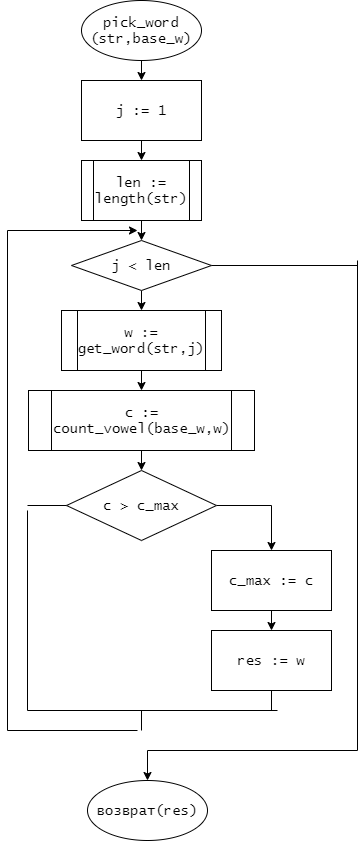
This is лр9/pick word.png from Aprokun/-, a draw.io export, as it was before one commit. Source tidied: cells renumbered, new cells last; positions are measured from the earlier drawing's top-left corner, leaving out a move shared by most shapes.
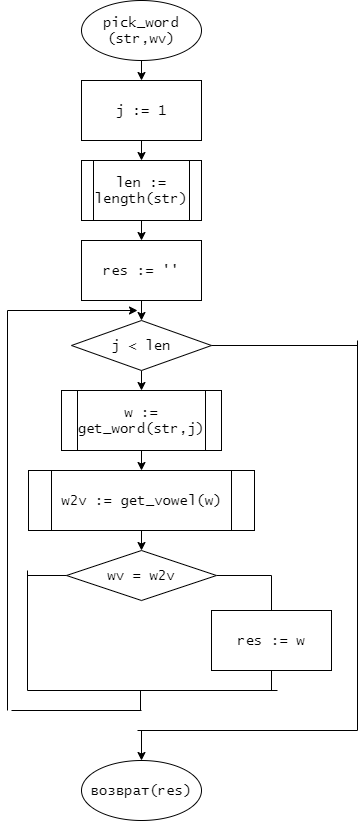
The same file after the commit.

What changed in the source:
```diff
@@ -5,7 +5,7 @@
     <mxCell id="2" style="edgeStyle=orthogonalEdgeStyle;rounded=0;jettySize=auto;html=1;exitX=0.5;exitY=1;exitDx=0;exitDy=0;entryX=0.5;entryY=0;entryDx=0;entryDy=0;fontFamily=Lucida Console;fontSize=14;" parent="1" edge="1" source="3" target="5">
       <mxGeometry relative="1" as="geometry" />
     </mxCell>
-    <mxCell id="3" value="pick_word&lt;br&gt;(str,base_w)" style="ellipse;whiteSpace=wrap;html=1;fontFamily=Lucida Console;fontSize=14;" parent="1" vertex="1">
+    <mxCell id="3" value="pick_word&lt;br&gt;(str,wv)" style="ellipse;whiteSpace=wrap;html=1;fontFamily=Lucida Console;fontSize=14;" parent="1" vertex="1">
       <mxGeometry x="74" width="120" height="60" as="geometry" />
     </mxCell>
     <mxCell id="4" style="edgeStyle=orthogonalEdgeStyle;rounded=0;jettySize=auto;html=1;exitX=0.5;exitY=1;exitDx=0;exitDy=0;entryX=0.5;entryY=0;entryDx=0;entryDy=0;fontFamily=Lucida Console;fontSize=14;" parent="1" edge="1" source="5" target="7">
@@ -14,9 +14,14 @@
     <mxCell id="5" value="j := 1" style="rounded=0;whiteSpace=wrap;html=1;fontFamily=Lucida Console;fontSize=14;" parent="1" vertex="1">
       <mxGeometry x="74" y="80" width="120" height="60" as="geometry" />
     </mxCell>
-    <mxCell id="6" style="edgeStyle=orthogonalEdgeStyle;rounded=0;jettySize=auto;html=1;exitX=0.5;exitY=1;exitDx=0;exitDy=0;entryX=0.5;entryY=0;entryDx=0;entryDy=0;fontFamily=Lucida Console;fontSize=14;" parent="1" edge="1" source="7" target="9">
-      <mxGeometry relative="1" as="geometry" />
+    <mxCell id="6" style="edgeStyle=orthogonalEdgeStyle;rounded=0;jettySize=auto;html=1;exitX=0.5;exitY=1;exitDx=0;exitDy=0;entryX=0.5;entryY=0;entryDx=0;entryDy=0;fontFamily=Lucida Console;fontSize=14;" parent="1" edge="1" target="9">
+      <mxGeometry relative="1" as="geometry">
+        <mxPoint x="134" y="300" as="sourcePoint" />
+      </mxGeometry>
     </mxCell>
+    <mxCell id="32" style="edgeStyle=orthogonalEdgeStyle;rounded=0;jettySize=auto;html=1;exitX=0.5;exitY=1;exitDx=0;exitDy=0;entryX=0.5;entryY=0;entryDx=0;entryDy=0;fontFamily=Lucida Console;fontSize=14;" parent="1" edge="1" source="7" target="33">
+      <mxGeometry relative="1" as="geometry" />
+    </mxCell>
     <mxCell id="7" value="len := length(str)" style="shape=process;whiteSpace=wrap;html=1;backgroundOutline=1;fontFamily=Lucida Console;fontSize=14;" parent="1" vertex="1">
       <mxGeometry x="74" y="160" width="120" height="60" as="geometry" />
     </mxCell>
@@ -24,105 +29,104 @@
       <mxGeometry relative="1" as="geometry" />
     </mxCell>
     <mxCell id="9" value="j &amp;lt; len" style="rhombus;whiteSpace=wrap;html=1;fontFamily=Lucida Console;fontSize=14;" parent="1" vertex="1">
-      <mxGeometry x="64" y="240" width="140" height="50" as="geometry" />
+      <mxGeometry x="64" y="320" width="140" height="50" as="geometry" />
     </mxCell>
     <mxCell id="10" style="edgeStyle=orthogonalEdgeStyle;rounded=0;jettySize=auto;html=1;exitX=0.5;exitY=1;exitDx=0;exitDy=0;entryX=0.5;entryY=0;entryDx=0;entryDy=0;fontFamily=Lucida Console;fontSize=14;" parent="1" edge="1" source="11" target="13">
       <mxGeometry relative="1" as="geometry" />
     </mxCell>
     <mxCell id="11" value="w := get_word(str,j)" style="shape=process;whiteSpace=wrap;html=1;backgroundOutline=1;fontFamily=Lucida Console;fontSize=14;" parent="1" vertex="1">
-      <mxGeometry x="54" y="310" width="160" height="60" as="geometry" />
+      <mxGeometry x="54" y="390" width="160" height="60" as="geometry" />
     </mxCell>
     <mxCell id="12" style="edgeStyle=orthogonalEdgeStyle;rounded=0;jettySize=auto;html=1;exitX=0.5;exitY=1;exitDx=0;exitDy=0;entryX=0.5;entryY=0;entryDx=0;entryDy=0;fontFamily=Lucida Console;fontSize=14;" parent="1" edge="1" source="13" target="15">
       <mxGeometry relative="1" as="geometry" />
     </mxCell>
-    <mxCell id="13" value="c := count_vowel(base_w,w)" style="shape=process;whiteSpace=wrap;html=1;backgroundOutline=1;fontFamily=Lucida Console;fontSize=14;" parent="1" vertex="1">
-      <mxGeometry x="21" y="390" width="226" height="60" as="geometry" />
+    <mxCell id="13" value="w2v := get_vowel(w)" style="shape=process;whiteSpace=wrap;html=1;backgroundOutline=1;fontFamily=Lucida Console;fontSize=14;" parent="1" vertex="1">
+      <mxGeometry x="21" y="470" width="226" height="60" as="geometry" />
     </mxCell>
-    <mxCell id="14" style="edgeStyle=orthogonalEdgeStyle;rounded=0;jettySize=auto;html=1;exitX=1;exitY=0.5;exitDx=0;exitDy=0;entryX=0.5;entryY=0;entryDx=0;entryDy=0;fontFamily=Lucida Console;fontSize=14;" parent="1" edge="1" source="15" target="17">
-      <mxGeometry relative="1" as="geometry" />
+    <mxCell id="14" style="edgeStyle=orthogonalEdgeStyle;rounded=0;jettySize=auto;html=1;exitX=1;exitY=0.5;exitDx=0;exitDy=0;entryX=0.5;entryY=0;entryDx=0;entryDy=0;fontFamily=Lucida Console;fontSize=14;" parent="1" edge="1" source="15">
+      <mxGeometry relative="1" as="geometry">
+        <mxPoint x="264" y="630" as="targetPoint" />
+      </mxGeometry>
     </mxCell>
-    <mxCell id="15" value="c &amp;gt; c_max" style="rhombus;whiteSpace=wrap;html=1;fontFamily=Lucida Console;fontSize=14;" parent="1" vertex="1">
-      <mxGeometry x="59" y="470" width="150" height="70" as="geometry" />
+    <mxCell id="15" value="wv = w2v" style="rhombus;whiteSpace=wrap;html=1;fontFamily=Lucida Console;fontSize=14;" parent="1" vertex="1">
+      <mxGeometry x="59" y="550" width="150" height="50" as="geometry" />
     </mxCell>
-    <mxCell id="16" style="edgeStyle=orthogonalEdgeStyle;rounded=0;jettySize=auto;html=1;exitX=0.5;exitY=1;exitDx=0;exitDy=0;entryX=0.5;entryY=0;entryDx=0;entryDy=0;fontFamily=Lucida Console;fontSize=14;" parent="1" edge="1" source="17" target="18">
-      <mxGeometry relative="1" as="geometry" />
-    </mxCell>
-    <mxCell id="17" value="c_max := c" style="rounded=0;whiteSpace=wrap;html=1;fontFamily=Lucida Console;fontSize=14;" parent="1" vertex="1">
-      <mxGeometry x="204" y="550" width="120" height="60" as="geometry" />
-    </mxCell>
     <mxCell id="18" value="res := w" style="rounded=0;whiteSpace=wrap;html=1;fontFamily=Lucida Console;fontSize=14;" parent="1" vertex="1">
-      <mxGeometry x="204" y="630" width="120" height="60" as="geometry" />
+      <mxGeometry x="204" y="610" width="120" height="60" as="geometry" />
     </mxCell>
     <mxCell id="19" style="endArrow=none;html=1;fontFamily=Lucida Console;fontSize=14;entryX=0.5;entryY=1;entryDx=0;entryDy=0;" parent="1" edge="1" target="18">
       <mxGeometry relative="1" as="geometry">
-        <mxPoint x="264" y="710" as="sourcePoint" />
+        <mxPoint x="264" y="690" as="sourcePoint" />
       </mxGeometry>
     </mxCell>
     <mxCell id="20" style="endArrow=none;html=1;fontFamily=Lucida Console;fontSize=14;" parent="1" edge="1">
       <mxGeometry relative="1" as="geometry">
-        <mxPoint x="20" y="710" as="sourcePoint" />
-        <mxPoint x="20" y="510" as="targetPoint" />
+        <mxPoint x="20" y="690" as="sourcePoint" />
+        <mxPoint x="20" y="570" as="targetPoint" />
       </mxGeometry>
     </mxCell>
     <mxCell id="21" style="endArrow=none;html=1;fontFamily=Lucida Console;fontSize=14;entryX=0;entryY=0.5;entryDx=0;entryDy=0;" parent="1" edge="1" target="15">
       <mxGeometry relative="1" as="geometry">
-        <mxPoint x="20" y="505" as="sourcePoint" />
+        <mxPoint x="20" y="575" as="sourcePoint" />
       </mxGeometry>
     </mxCell>
     <mxCell id="22" style="endArrow=none;html=1;fontFamily=Lucida Console;fontSize=14;" parent="1" edge="1">
       <mxGeometry relative="1" as="geometry">
-        <mxPoint x="20" y="710" as="sourcePoint" />
-        <mxPoint x="270" y="710" as="targetPoint" />
+        <mxPoint x="20" y="690" as="sourcePoint" />
+        <mxPoint x="270" y="690" as="targetPoint" />
       </mxGeometry>
     </mxCell>
     <mxCell id="23" style="endArrow=none;html=1;fontFamily=Lucida Console;fontSize=14;" parent="1" edge="1">
       <mxGeometry relative="1" as="geometry">
-        <mxPoint x="134" y="710" as="sourcePoint" />
-        <mxPoint x="134" y="730" as="targetPoint" />
+        <mxPoint x="133" y="690" as="sourcePoint" />
+        <mxPoint x="133" y="710" as="targetPoint" />
       </mxGeometry>
     </mxCell>
     <mxCell id="24" style="endArrow=none;html=1;fontFamily=Lucida Console;fontSize=14;" parent="1" edge="1">
       <mxGeometry relative="1" as="geometry">
-        <mxPoint y="730" as="sourcePoint" />
-        <mxPoint x="130" y="730" as="targetPoint" />
+        <mxPoint x="4" y="710" as="sourcePoint" />
+        <mxPoint x="134" y="710" as="targetPoint" />
       </mxGeometry>
     </mxCell>
     <mxCell id="25" style="endArrow=none;html=1;fontFamily=Lucida Console;fontSize=14;" parent="1" edge="1">
       <mxGeometry relative="1" as="geometry">
-        <mxPoint y="730" as="sourcePoint" />
-        <mxPoint y="230" as="targetPoint" />
+        <mxPoint y="710" as="sourcePoint" />
+        <mxPoint y="310" as="targetPoint" />
       </mxGeometry>
     </mxCell>
     <mxCell id="26" style="endArrow=classic;html=1;fontFamily=Lucida Console;fontSize=14;" parent="1" edge="1">
       <mxGeometry relative="1" as="geometry">
-        <mxPoint y="230" as="sourcePoint" />
-        <mxPoint x="130" y="230" as="targetPoint" />
+        <mxPoint y="310" as="sourcePoint" />
+        <mxPoint x="130" y="310" as="targetPoint" />
       </mxGeometry>
     </mxCell>
     <mxCell id="27" style="endArrow=none;html=1;fontFamily=Lucida Console;fontSize=14;entryX=1;entryY=0.5;entryDx=0;entryDy=0;" parent="1" edge="1" target="9">
       <mxGeometry relative="1" as="geometry">
-        <mxPoint x="350" y="265" as="sourcePoint" />
+        <mxPoint x="350" y="345" as="sourcePoint" />
       </mxGeometry>
     </mxCell>
     <mxCell id="28" style="endArrow=none;html=1;fontFamily=Lucida Console;fontSize=14;" parent="1" edge="1">
       <mxGeometry relative="1" as="geometry">
-        <mxPoint x="350" y="750" as="sourcePoint" />
-        <mxPoint x="350" y="260" as="targetPoint" />
+        <mxPoint x="350" y="730" as="sourcePoint" />
+        <mxPoint x="350" y="340" as="targetPoint" />
       </mxGeometry>
     </mxCell>
     <mxCell id="29" style="endArrow=none;html=1;fontFamily=Lucida Console;fontSize=14;" parent="1" edge="1">
       <mxGeometry relative="1" as="geometry">
-        <mxPoint x="140" y="750" as="sourcePoint" />
-        <mxPoint x="350" y="750" as="targetPoint" />
+        <mxPoint x="130" y="730" as="sourcePoint" />
+        <mxPoint x="350" y="730" as="targetPoint" />
       </mxGeometry>
     </mxCell>
     <mxCell id="30" value="возврат(res)" style="ellipse;whiteSpace=wrap;html=1;fontSize=14;fontFamily=Lucida Console;" parent="1" vertex="1">
-      <mxGeometry x="80" y="780" width="120" height="60" as="geometry" />
+      <mxGeometry x="74" y="760" width="120" height="60" as="geometry" />
     </mxCell>
     <mxCell id="31" style="endArrow=classic;html=1;fontFamily=Lucida Console;fontSize=14;entryX=0.5;entryY=0;entryDx=0;entryDy=0;" parent="1" edge="1" target="30">
       <mxGeometry relative="1" as="geometry">
-        <mxPoint x="140" y="750" as="sourcePoint" />
+        <mxPoint x="134" y="730" as="sourcePoint" />
       </mxGeometry>
     </mxCell>
+    <mxCell id="33" value="res := ''" style="rounded=0;whiteSpace=wrap;html=1;fontFamily=Lucida Console;fontSize=14;" parent="1" vertex="1">
+      <mxGeometry x="74" y="240" width="120" height="60" as="geometry" />
+    </mxCell>
   </root>
 </mxGraphModel>
```
